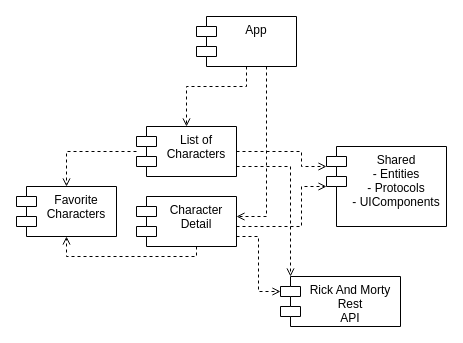
Before: page "App Modules" (2 of 5) of PlanningFiles/RickApp.drawio in Tavernari/RickAndMortyApp, a draw.io diagram. Source tidied: cells renumbered, new cells numbered last; positions are measured from the earlier drawing's top-left corner, leaving out a move shared by most shapes. Both pictures are drawn from the tidied source at 100%, with x=0, y=0 at pixel (16, 16).
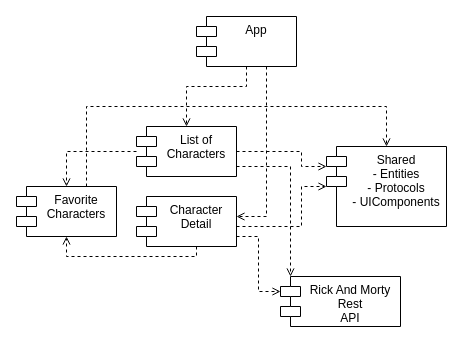
Above is the later version.

Unchanged cells that the change refers to:
```xml
<mxCell id="13" value="Favorite&#10;Characters" style="shape=module;align=left;spacingLeft=20;align=center;verticalAlign=top;" parent="1" vertex="1">
  <mxGeometry y="170" width="100" height="50" as="geometry" />
</mxCell>
<mxCell id="14" value="Shared&#10;- Entities&#10;- Protocols&#10;- UIComponents" style="shape=module;align=left;spacingLeft=20;align=center;verticalAlign=top;" parent="1" vertex="1">
  <mxGeometry x="310" y="130" width="120" height="80" as="geometry" />
</mxCell>
```

What changed in the source:
```diff
@@
+    <mxCell id="16" style="edgeStyle=orthogonalEdgeStyle;rounded=0;jettySize=auto;html=1;entryX=0.5;entryY=0;entryDx=0;entryDy=0;dashed=1;endArrow=open;endFill=0;" parent="1" edge="1" source="13" target="14">
+      <mxGeometry relative="1" as="geometry">
+        <Array as="points">
+          <mxPoint x="70" y="90" />
+          <mxPoint x="370" y="90" />
+        </Array>
+      </mxGeometry>
+    </mxCell>
```
